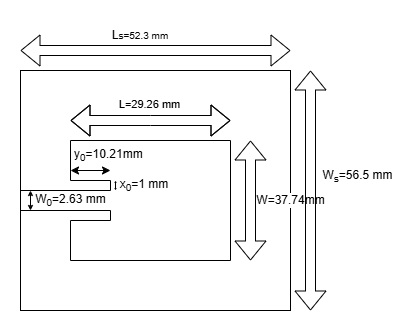
This is 04 Prototype udvikling/Antenne/Gerts antenne/AntennaGertsummary_dimensionswithvalues.drawio.png from Scramtv/ESD_P5, a draw.io export, as it was before one commit. Source tidied: cells renumbered, new cells last; positions are measured from the earlier drawing's top-left corner, leaving out a move shared by most shapes. The source it was exported from:
```xml
<mxGraphModel>
  <root>
    <mxCell id="0" />
    <mxCell id="1" parent="0" />
    <mxCell id="2" style="rounded=0;whiteSpace=wrap;html=1;" parent="1" vertex="1">
      <mxGeometry y="50" width="270" height="240" as="geometry" />
    </mxCell>
    <mxCell id="3" style="endArrow=none;html=1;rounded=0;" parent="1" edge="1">
      <mxGeometry relative="1" as="geometry">
        <mxPoint x="50" y="120" as="sourcePoint" />
        <mxPoint x="210" y="120" as="targetPoint" />
      </mxGeometry>
    </mxCell>
    <mxCell id="4" style="endArrow=none;html=1;rounded=0;" parent="1" edge="1">
      <mxGeometry relative="1" as="geometry">
        <mxPoint x="210" y="240" as="sourcePoint" />
        <mxPoint x="210" y="120" as="targetPoint" />
      </mxGeometry>
    </mxCell>
    <mxCell id="5" style="endArrow=none;html=1;rounded=0;" parent="1" edge="1">
      <mxGeometry relative="1" as="geometry">
        <mxPoint x="50" y="240" as="sourcePoint" />
        <mxPoint x="210" y="240" as="targetPoint" />
      </mxGeometry>
    </mxCell>
    <mxCell id="6" style="endArrow=none;html=1;rounded=0;" parent="1" edge="1">
      <mxGeometry relative="1" as="geometry">
        <mxPoint x="50" y="240" as="sourcePoint" />
        <mxPoint x="50" y="200" as="targetPoint" />
      </mxGeometry>
    </mxCell>
    <mxCell id="7" style="endArrow=none;html=1;rounded=0;" parent="1" edge="1">
      <mxGeometry relative="1" as="geometry">
        <mxPoint x="50" y="160" as="sourcePoint" />
        <mxPoint x="50" y="120" as="targetPoint" />
      </mxGeometry>
    </mxCell>
    <mxCell id="8" style="endArrow=none;html=1;rounded=0;" parent="1" edge="1">
      <mxGeometry relative="1" as="geometry">
        <mxPoint x="50" y="160" as="sourcePoint" />
        <mxPoint x="90" y="160" as="targetPoint" />
      </mxGeometry>
    </mxCell>
    <mxCell id="9" style="endArrow=none;html=1;rounded=0;" parent="1" edge="1">
      <mxGeometry relative="1" as="geometry">
        <mxPoint x="50" y="200" as="sourcePoint" />
        <mxPoint x="90" y="200" as="targetPoint" />
      </mxGeometry>
    </mxCell>
    <mxCell id="10" style="endArrow=none;html=1;rounded=0;" parent="1" edge="1">
      <mxGeometry relative="1" as="geometry">
        <mxPoint x="90" y="200" as="sourcePoint" />
        <mxPoint x="90" y="190" as="targetPoint" />
      </mxGeometry>
    </mxCell>
    <mxCell id="11" style="endArrow=none;html=1;rounded=0;" parent="1" edge="1">
      <mxGeometry relative="1" as="geometry">
        <mxPoint x="90" y="160" as="sourcePoint" />
        <mxPoint x="90" y="170" as="targetPoint" />
      </mxGeometry>
    </mxCell>
    <mxCell id="12" style="endArrow=none;html=1;rounded=0;" parent="1" edge="1">
      <mxGeometry relative="1" as="geometry">
        <mxPoint x="90" y="190" as="sourcePoint" />
        <mxPoint y="190" as="targetPoint" />
      </mxGeometry>
    </mxCell>
    <mxCell id="13" style="endArrow=none;html=1;rounded=0;" parent="1" edge="1">
      <mxGeometry relative="1" as="geometry">
        <mxPoint x="90" y="170" as="sourcePoint" />
        <mxPoint y="170" as="targetPoint" />
      </mxGeometry>
    </mxCell>
    <mxCell id="14" style="endArrow=none;html=1;rounded=0;" parent="1" edge="1">
      <mxGeometry relative="1" as="geometry">
        <mxPoint y="190" as="sourcePoint" />
        <mxPoint y="170" as="targetPoint" />
      </mxGeometry>
    </mxCell>
    <mxCell id="15" style="shape=flexArrow;endArrow=classic;startArrow=classic;html=1;rounded=0;startSize=6;" parent="1" edge="1">
      <mxGeometry relative="1" as="geometry">
        <mxPoint x="230" y="240" as="sourcePoint" />
        <mxPoint x="230" y="120" as="targetPoint" />
      </mxGeometry>
    </mxCell>
    <mxCell id="16" value="W=37.74mm" style="edgeLabel;html=1;align=center;verticalAlign=middle;fontSize=12;" parent="15" vertex="1">
      <mxGeometry x="-0.01" y="1" relative="1" as="geometry">
        <mxPoint x="41" y="-1" as="offset" />
      </mxGeometry>
    </mxCell>
    <mxCell id="17" style="shape=flexArrow;endArrow=classic;startArrow=classic;html=1;rounded=0;" parent="1" edge="1">
      <mxGeometry relative="1" as="geometry">
        <mxPoint x="50" y="100" as="sourcePoint" />
        <mxPoint x="210" y="100" as="targetPoint" />
        <Array as="points">
          <mxPoint x="130" y="100" />
        </Array>
      </mxGeometry>
    </mxCell>
    <mxCell id="18" value="L=29.26 mm" style="edgeLabel;html=1;align=center;verticalAlign=middle;" parent="17" vertex="1">
      <mxGeometry x="0.04" y="-3" relative="1" as="geometry">
        <mxPoint x="-4" y="-19" as="offset" />
      </mxGeometry>
    </mxCell>
    <mxCell id="19" style="endArrow=classic;startArrow=classic;html=1;rounded=0;" parent="1" edge="1">
      <mxGeometry relative="1" as="geometry">
        <mxPoint x="50" y="150" as="sourcePoint" />
        <mxPoint x="90" y="150" as="targetPoint" />
      </mxGeometry>
    </mxCell>
    <mxCell id="20" value="y&lt;sub&gt;0&lt;/sub&gt;=10.21mm&amp;nbsp;" style="text;html=1;whiteSpace=wrap;strokeColor=none;fillColor=none;align=center;verticalAlign=middle;rounded=0;" parent="1" vertex="1">
      <mxGeometry x="50" y="120" width="80" height="30" as="geometry" />
    </mxCell>
    <mxCell id="21" style="endArrow=classic;startArrow=classic;html=1;rounded=0;strokeWidth=1;startSize=3;endSize=3;" parent="1" edge="1">
      <mxGeometry relative="1" as="geometry">
        <mxPoint x="10" y="190" as="sourcePoint" />
        <mxPoint x="10" y="170" as="targetPoint" />
      </mxGeometry>
    </mxCell>
    <mxCell id="22" value="W&lt;sub&gt;0&lt;/sub&gt;=2.63 mm" style="text;html=1;whiteSpace=wrap;strokeColor=none;fillColor=none;align=center;verticalAlign=middle;rounded=0;" parent="1" vertex="1">
      <mxGeometry x="11" y="150" width="79" height="60" as="geometry" />
    </mxCell>
    <mxCell id="23" style="shape=flexArrow;endArrow=classic;startArrow=classic;html=1;rounded=0;" parent="1" edge="1">
      <mxGeometry relative="1" as="geometry">
        <mxPoint y="30" as="sourcePoint" />
        <mxPoint x="270" y="30" as="targetPoint" />
      </mxGeometry>
    </mxCell>
    <mxCell id="24" value="L&lt;span style=&quot;font-size: 10px;&quot;&gt;s=52.3 mm&lt;/span&gt;" style="text;html=1;whiteSpace=wrap;strokeColor=none;fillColor=none;align=center;verticalAlign=middle;rounded=0;" parent="1" vertex="1">
      <mxGeometry x="90" width="60" height="30" as="geometry" />
    </mxCell>
    <mxCell id="25" style="shape=flexArrow;endArrow=classic;startArrow=classic;html=1;rounded=0;" parent="1" edge="1">
      <mxGeometry relative="1" as="geometry">
        <mxPoint x="290" y="290" as="sourcePoint" />
        <mxPoint x="290" y="50" as="targetPoint" />
      </mxGeometry>
    </mxCell>
    <mxCell id="26" value="W&lt;sub&gt;s&lt;/sub&gt;=56.5 mm" style="text;html=1;whiteSpace=wrap;strokeColor=none;fillColor=none;align=center;verticalAlign=middle;rounded=0;" parent="1" vertex="1">
      <mxGeometry x="300" y="140" width="75" height="31" as="geometry" />
    </mxCell>
    <mxCell id="27" style="endArrow=classic;startArrow=classic;html=1;rounded=0;startSize=0;endSize=0;sourcePerimeterSpacing=0;" parent="1" edge="1">
      <mxGeometry relative="1" as="geometry">
        <mxPoint x="95" y="160" as="sourcePoint" />
        <mxPoint x="95" y="170" as="targetPoint" />
      </mxGeometry>
    </mxCell>
    <mxCell id="28" value="x&lt;sub&gt;0&lt;/sub&gt;=1 mm" style="text;html=1;whiteSpace=wrap;strokeColor=none;fillColor=none;align=center;verticalAlign=middle;rounded=0;" parent="1" vertex="1">
      <mxGeometry x="94" y="150" width="60" height="29" as="geometry" />
    </mxCell>
  </root>
</mxGraphModel>
```
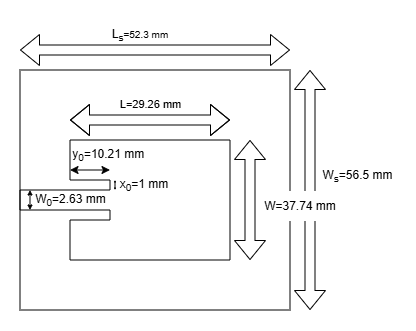
The same diagram one commit later.

The edit, as a diff of the source:
```diff
@@ -2,7 +2,7 @@
   <root>
     <mxCell id="0" />
     <mxCell id="1" parent="0" />
-    <mxCell id="2" style="rounded=0;whiteSpace=wrap;html=1;" parent="1" vertex="1">
+    <mxCell id="2" style="rounded=0;whiteSpace=wrap;html=1;fillColor=default;" parent="1" vertex="1">
       <mxGeometry y="50" width="270" height="240" as="geometry" />
     </mxCell>
     <mxCell id="3" style="endArrow=none;html=1;rounded=0;" parent="1" edge="1">
@@ -83,11 +83,6 @@
         <mxPoint x="230" y="120" as="targetPoint" />
       </mxGeometry>
     </mxCell>
-    <mxCell id="16" value="W=37.74mm" style="edgeLabel;html=1;align=center;verticalAlign=middle;fontSize=12;" parent="15" vertex="1">
-      <mxGeometry x="-0.01" y="1" relative="1" as="geometry">
-        <mxPoint x="41" y="-1" as="offset" />
-      </mxGeometry>
-    </mxCell>
     <mxCell id="17" style="shape=flexArrow;endArrow=classic;startArrow=classic;html=1;rounded=0;" parent="1" edge="1">
       <mxGeometry relative="1" as="geometry">
         <mxPoint x="50" y="100" as="sourcePoint" />
@@ -108,7 +103,7 @@
         <mxPoint x="90" y="150" as="targetPoint" />
       </mxGeometry>
     </mxCell>
-    <mxCell id="20" value="y&lt;sub&gt;0&lt;/sub&gt;=10.21mm&amp;nbsp;" style="text;html=1;whiteSpace=wrap;strokeColor=none;fillColor=none;align=center;verticalAlign=middle;rounded=0;" parent="1" vertex="1">
+    <mxCell id="20" value="y&lt;sub&gt;0&lt;/sub&gt;=10.21 mm&amp;nbsp;" style="text;html=1;whiteSpace=wrap;strokeColor=none;fillColor=none;align=center;verticalAlign=middle;rounded=0;" parent="1" vertex="1">
       <mxGeometry x="50" y="120" width="80" height="30" as="geometry" />
     </mxCell>
     <mxCell id="21" style="endArrow=classic;startArrow=classic;html=1;rounded=0;strokeWidth=1;startSize=3;endSize=3;" parent="1" edge="1">
@@ -126,7 +121,7 @@
         <mxPoint x="270" y="30" as="targetPoint" />
       </mxGeometry>
     </mxCell>
-    <mxCell id="24" value="L&lt;span style=&quot;font-size: 10px;&quot;&gt;s=52.3 mm&lt;/span&gt;" style="text;html=1;whiteSpace=wrap;strokeColor=none;fillColor=none;align=center;verticalAlign=middle;rounded=0;" parent="1" vertex="1">
+    <mxCell id="24" value="L&lt;sub&gt;s&lt;/sub&gt;&lt;span style=&quot;font-size: 10px;&quot;&gt;=52.3 mm&lt;/span&gt;" style="text;html=1;whiteSpace=wrap;strokeColor=none;fillColor=none;align=center;verticalAlign=middle;rounded=0;" parent="1" vertex="1">
       <mxGeometry x="90" width="60" height="30" as="geometry" />
     </mxCell>
     <mxCell id="25" style="shape=flexArrow;endArrow=classic;startArrow=classic;html=1;rounded=0;" parent="1" edge="1">
@@ -147,5 +142,8 @@
     <mxCell id="28" value="x&lt;sub&gt;0&lt;/sub&gt;=1 mm" style="text;html=1;whiteSpace=wrap;strokeColor=none;fillColor=none;align=center;verticalAlign=middle;rounded=0;" parent="1" vertex="1">
       <mxGeometry x="94" y="150" width="60" height="29" as="geometry" />
     </mxCell>
+    <mxCell id="29" value="W=37.74 mm" style="text;html=1;whiteSpace=wrap;strokeColor=none;fillColor=default;align=center;verticalAlign=middle;rounded=0;" parent="1" vertex="1">
+      <mxGeometry x="240" y="171" width="80" height="30" as="geometry" />
+    </mxCell>
   </root>
 </mxGraphModel>
```
